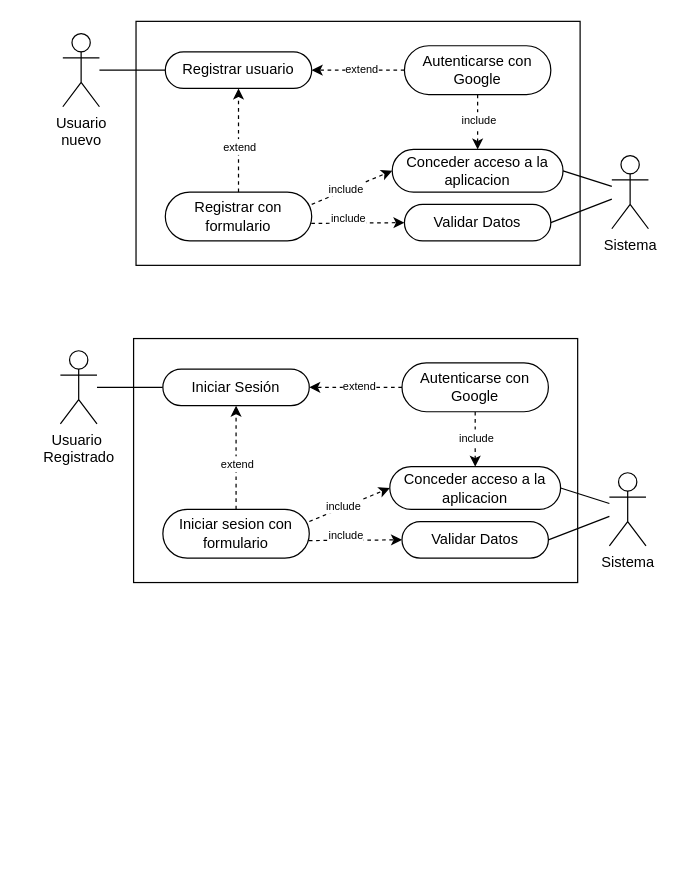
This is casodeuso_registro+iniciodesesion.drawio from xChiat/ProyectoIntegracion, a draw.io file, before an edit. Source tidied: cells renumbered, new cells numbered last; positions are measured from the earlier drawing's top-left corner, leaving out a move shared by most shapes. Both pictures are drawn from the tidied source at 122%, with x=0, y=0 at pixel (60, 21).
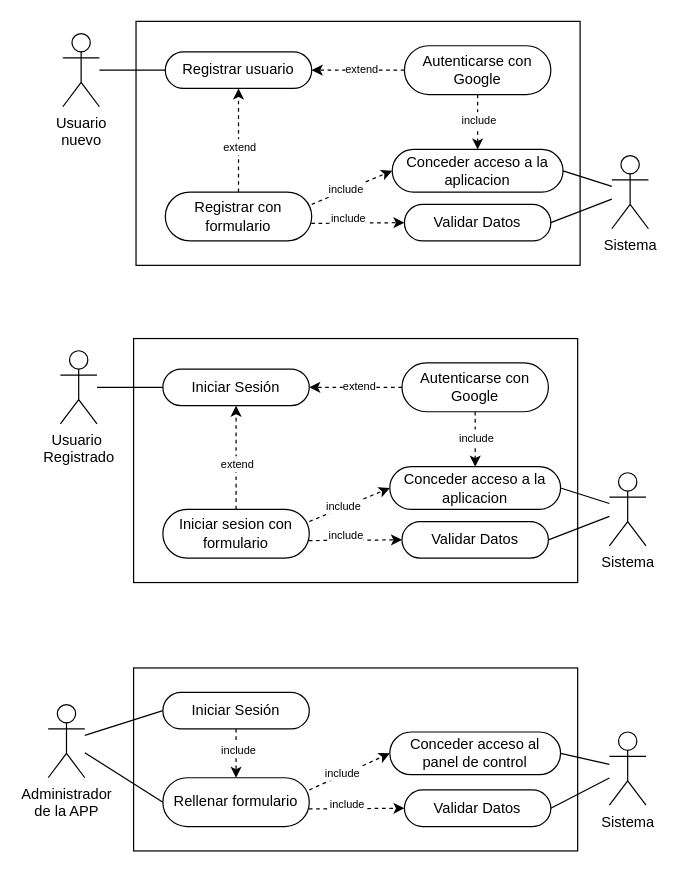
The same page after the edit.

The edit, as a diff of the source:
```diff
@@
+    <mxCell id="44" style="rounded=0;whiteSpace=wrap;html=1;" parent="1" vertex="1">
+      <mxGeometry x="60" y="530" width="364" height="150" as="geometry" />
+    </mxCell>
+    <mxCell id="45" value="&lt;div&gt;Administrador&lt;/div&gt;&lt;div&gt;de la APP&lt;/div&gt;" style="shape=umlActor;verticalLabelPosition=bottom;verticalAlign=top;html=1;outlineConnect=0;" parent="1" vertex="1">
+      <mxGeometry x="-10" y="560" width="30" height="60" as="geometry" />
+    </mxCell>
+    <mxCell id="46" style="endArrow=none;html=1;rounded=0;entryX=0;entryY=0.5;entryDx=0;entryDy=0;" parent="1" edge="1" source="45" target="49">
+      <mxGeometry relative="1" as="geometry" />
+    </mxCell>
+    <mxCell id="47" style="edgeStyle=orthogonalEdgeStyle;rounded=0;jettySize=auto;html=1;exitX=0.5;exitY=1;exitDx=0;exitDy=0;entryX=0.5;entryY=0;entryDx=0;entryDy=0;dashed=1;" parent="1" edge="1" source="49" target="54">
+      <mxGeometry relative="1" as="geometry" />
+    </mxCell>
+    <mxCell id="48" value="&lt;font style=&quot;font-size: 9px;&quot;&gt;include&lt;/font&gt;" style="edgeLabel;html=1;align=center;verticalAlign=middle;" parent="47" vertex="1">
+      <mxGeometry x="-0.21" y="1" relative="1" as="geometry" />
+    </mxCell>
+    <mxCell id="49" value="Iniciar Sesión" style="rounded=1;whiteSpace=wrap;html=1;arcSize=50;" parent="1" vertex="1">
+      <mxGeometry x="84" y="550" width="120" height="30" as="geometry" />
+    </mxCell>
+    <mxCell id="50" style="rounded=0;jettySize=auto;html=1;exitX=0.997;exitY=0.64;exitDx=0;exitDy=0;entryX=0;entryY=0.5;entryDx=0;entryDy=0;dashed=1;exitPerimeter=0;" parent="1" edge="1" source="54" target="55">
+      <mxGeometry relative="1" as="geometry" />
+    </mxCell>
+    <mxCell id="51" value="&lt;font style=&quot;font-size: 9px;&quot;&gt;include&lt;/font&gt;" style="edgeLabel;html=1;align=center;verticalAlign=middle;" parent="50" vertex="1">
+      <mxGeometry x="-0.5" relative="1" as="geometry">
+        <mxPoint x="11" y="-5" as="offset" />
+      </mxGeometry>
+    </mxCell>
+    <mxCell id="52" style="rounded=0;jettySize=auto;html=1;exitX=1;exitY=0.25;exitDx=0;exitDy=0;entryX=0;entryY=0.5;entryDx=0;entryDy=0;dashed=1;" parent="1" edge="1" source="54" target="56">
+      <mxGeometry relative="1" as="geometry" />
+    </mxCell>
+    <mxCell id="53" value="&lt;font style=&quot;font-size: 9px;&quot;&gt;include&lt;/font&gt;" style="edgeLabel;html=1;align=center;verticalAlign=middle;" parent="52" vertex="1">
+      <mxGeometry x="-0.19" y="-1" relative="1" as="geometry">
+        <mxPoint y="-3" as="offset" />
+      </mxGeometry>
+    </mxCell>
+    <mxCell id="54" value="Rellenar formulario" style="rounded=1;whiteSpace=wrap;html=1;arcSize=50;" parent="1" vertex="1">
+      <mxGeometry x="84" y="620" width="120" height="40" as="geometry" />
+    </mxCell>
+    <mxCell id="55" value="Validar Datos" style="rounded=1;whiteSpace=wrap;html=1;arcSize=50;" parent="1" vertex="1">
+      <mxGeometry x="282" y="630" width="120" height="30" as="geometry" />
+    </mxCell>
+    <mxCell id="56" value="Conceder acceso al panel de control" style="rounded=1;whiteSpace=wrap;html=1;arcSize=50;" parent="1" vertex="1">
+      <mxGeometry x="270" y="582.5" width="140" height="35" as="geometry" />
+    </mxCell>
+    <mxCell id="57" value="Sistema" style="shape=umlActor;verticalLabelPosition=bottom;verticalAlign=top;html=1;outlineConnect=0;" parent="1" vertex="1">
+      <mxGeometry x="450" y="582.5" width="30" height="60" as="geometry" />
+    </mxCell>
+    <mxCell id="58" style="endArrow=none;html=1;rounded=0;exitX=1;exitY=0.5;exitDx=0;exitDy=0;" parent="1" edge="1" source="56" target="57">
+      <mxGeometry relative="1" as="geometry" />
+    </mxCell>
+    <mxCell id="59" style="endArrow=none;html=1;rounded=0;exitX=1;exitY=0.5;exitDx=0;exitDy=0;" parent="1" edge="1" source="55" target="57">
+      <mxGeometry relative="1" as="geometry" />
+    </mxCell>
+    <mxCell id="60" style="endArrow=none;html=1;rounded=0;entryX=0;entryY=0.5;entryDx=0;entryDy=0;" parent="1" edge="1" source="45" target="54">
+      <mxGeometry relative="1" as="geometry" />
+    </mxCell>
```
